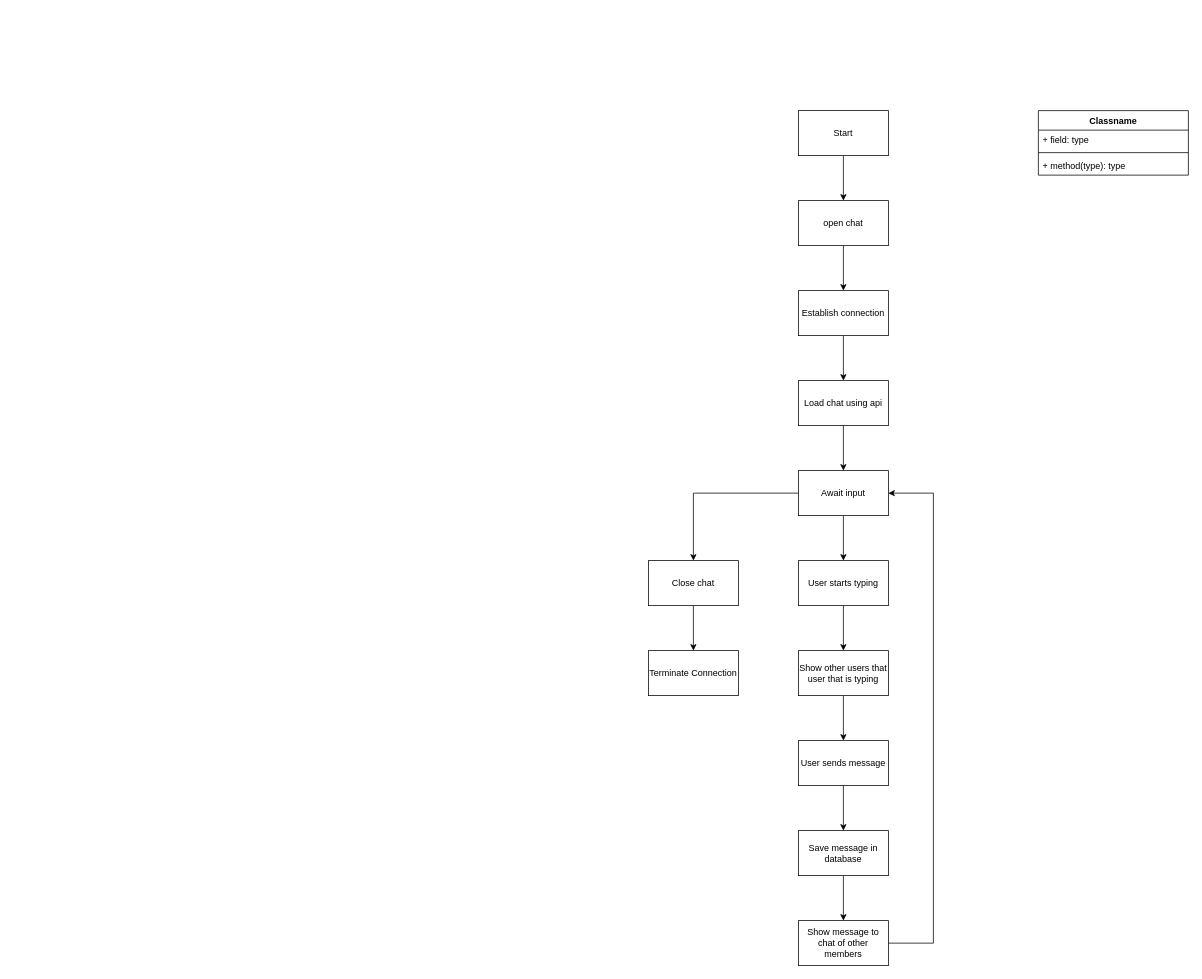
Earlier version of the draw.io diagram internship_s8/Usecase diagram.drawio (Gryfin123/diagrams_with_no_context). Source tidied: cells renumbered, new cells numbered last; positions are measured from the earlier drawing's top-left corner, leaving out a move shared by most shapes. Both pictures are drawn from the tidied source at 75%, with x=0, y=0 at pixel (648, 110).
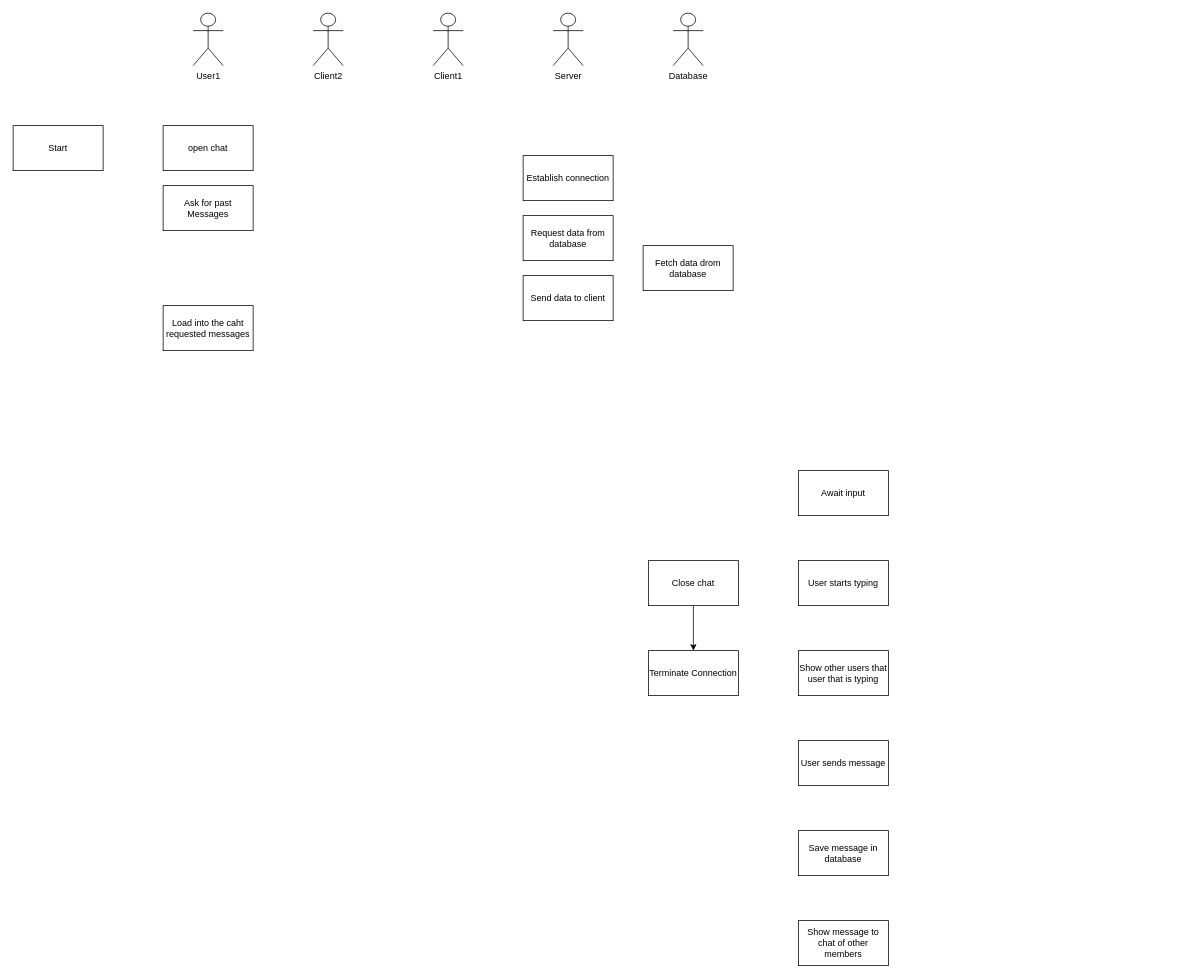
Above is the later version.

Commit message (it also covers changes not shown here):
internship_s8/Usecase diagram.drawio bijwerken

Unchanged cells that the change refers to:
```xml
<mxCell id="12" value="Await input" style="rounded=0;whiteSpace=wrap;html=1;" parent="1" vertex="1">
  <mxGeometry x="200" y="480" width="120" height="60" as="geometry" />
</mxCell>
<mxCell id="14" value="User starts typing" style="rounded=0;whiteSpace=wrap;html=1;" parent="1" vertex="1">
  <mxGeometry x="200" y="600" width="120" height="60" as="geometry" />
</mxCell>
<mxCell id="16" value="User sends message" style="rounded=0;whiteSpace=wrap;html=1;" parent="1" vertex="1">
  <mxGeometry x="200" y="840" width="120" height="60" as="geometry" />
</mxCell>
<mxCell id="18" value="Show message to chat of other members" style="rounded=0;whiteSpace=wrap;html=1;" parent="1" vertex="1">
  <mxGeometry x="200" y="1080" width="120" height="60" as="geometry" />
</mxCell>
<mxCell id="20" value="Show other users that user that is typing" style="rounded=0;whiteSpace=wrap;html=1;" parent="1" vertex="1">
  <mxGeometry x="200" y="720" width="120" height="60" as="geometry" />
</mxCell>
<mxCell id="22" value="Save message in database" style="rounded=0;whiteSpace=wrap;html=1;" parent="1" vertex="1">
  <mxGeometry x="200" y="960" width="120" height="60" as="geometry" />
</mxCell>
<mxCell id="24" value="Close chat" style="rounded=0;whiteSpace=wrap;html=1;" parent="1" vertex="1">
  <mxGeometry y="600" width="120" height="60" as="geometry" />
</mxCell>
```

The edit, as a diff of the source:
```diff
@@
-    <mxCell id="2" style="edgeStyle=orthogonalEdgeStyle;rounded=0;jettySize=auto;html=1;" parent="1" edge="1" source="3" target="5">
-      <mxGeometry relative="1" as="geometry" />
-    </mxCell>
     <mxCell id="3" value="Start" style="rounded=0;whiteSpace=wrap;html=1;" parent="1" vertex="1">
-      <mxGeometry x="200" width="120" height="60" as="geometry" />
+      <mxGeometry x="-847" y="20" width="120" height="60" as="geometry" />
     </mxCell>
-    <mxCell id="4" style="edgeStyle=orthogonalEdgeStyle;rounded=0;jettySize=auto;html=1;" parent="1" edge="1" source="5" target="9">
-      <mxGeometry relative="1" as="geometry" />
-    </mxCell>
     <mxCell id="5" value="open chat" style="rounded=0;whiteSpace=wrap;html=1;" parent="1" vertex="1">
-      <mxGeometry x="200" y="120" width="120" height="60" as="geometry" />
+      <mxGeometry x="-647" y="20" width="120" height="60" as="geometry" />
     </mxCell>
-    <mxCell id="6" style="edgeStyle=orthogonalEdgeStyle;rounded=0;jettySize=auto;html=1;" parent="1" edge="1" source="7" target="12">
-      <mxGeometry relative="1" as="geometry" />
-    </mxCell>
-    <mxCell id="7" value="Load chat using api" style="rounded=0;whiteSpace=wrap;html=1;" parent="1" vertex="1">
-      <mxGeometry x="200" y="360" width="120" height="60" as="geometry" />
+    <mxCell id="7" value="Fetch data drom database" style="rounded=0;whiteSpace=wrap;html=1;" parent="1" vertex="1">
+      <mxGeometry x="-7" y="180" width="120" height="60" as="geometry" />
     </mxCell>
-    <mxCell id="8" style="edgeStyle=orthogonalEdgeStyle;rounded=0;jettySize=auto;html=1;" parent="1" edge="1" source="9" target="7">
-      <mxGeometry relative="1" as="geometry" />
-    </mxCell>
     <mxCell id="9" value="Establish connection" style="rounded=0;whiteSpace=wrap;html=1;" parent="1" vertex="1">
-      <mxGeometry x="200" y="240" width="120" height="60" as="geometry" />
+      <mxGeometry x="-167" y="60" width="120" height="60" as="geometry" />
     </mxCell>
-    <mxCell id="10" style="edgeStyle=orthogonalEdgeStyle;rounded=0;jettySize=auto;html=1;" parent="1" edge="1" source="12" target="14">
-      <mxGeometry relative="1" as="geometry" />
-    </mxCell>
-    <mxCell id="11" style="edgeStyle=orthogonalEdgeStyle;rounded=0;jettySize=auto;html=1;" parent="1" edge="1" source="12" target="24">
-      <mxGeometry relative="1" as="geometry" />
-    </mxCell>
@@
-    <mxCell id="13" style="edgeStyle=orthogonalEdgeStyle;rounded=0;jettySize=auto;html=1;" parent="1" edge="1" source="14" target="20">
-      <mxGeometry relative="1" as="geometry" />
-    </mxCell>
@@
-    <mxCell id="15" style="edgeStyle=orthogonalEdgeStyle;rounded=0;jettySize=auto;html=1;" parent="1" edge="1" source="16" target="22">
-      <mxGeometry relative="1" as="geometry" />
-    </mxCell>
@@
-    <mxCell id="17" style="edgeStyle=orthogonalEdgeStyle;rounded=0;jettySize=auto;html=1;" parent="1" edge="1" source="18" target="12">
-      <mxGeometry relative="1" as="geometry">
-        <Array as="points">
-          <mxPoint x="380" y="1110" />
-          <mxPoint x="380" y="510" />
-        </Array>
-      </mxGeometry>
-    </mxCell>
@@
-    <mxCell id="19" style="edgeStyle=orthogonalEdgeStyle;rounded=0;jettySize=auto;html=1;" parent="1" edge="1" source="20" target="16">
-      <mxGeometry relative="1" as="geometry" />
-    </mxCell>
@@
-    <mxCell id="21" style="edgeStyle=orthogonalEdgeStyle;rounded=0;jettySize=auto;html=1;" parent="1" edge="1" source="22" target="18">
-      <mxGeometry relative="1" as="geometry" />
-    </mxCell>
@@
-    <mxCell id="26" value="Classname" style="swimlane;fontStyle=1;align=center;verticalAlign=top;horizontal=1;startSize=26;whiteSpace=wrap;html=1;" parent="1" vertex="1">
-      <mxGeometry x="520" width="200" height="86" as="geometry" />
-    </mxCell>
-    <mxCell id="27" value="+ field: type" style="text;strokeColor=none;fillColor=none;align=left;verticalAlign=top;spacingLeft=4;spacingRight=4;overflow=hidden;whiteSpace=wrap;html=1;" parent="26" vertex="1">
-      <mxGeometry y="26" width="200" height="26" as="geometry" />
-    </mxCell>
-    <mxCell id="28" style="line;strokeWidth=1;fillColor=none;align=left;verticalAlign=middle;spacingTop=-1;spacingLeft=3;spacingRight=3;labelPosition=right;strokeColor=inherit;" parent="26" vertex="1">
-      <mxGeometry y="52" width="200" height="8" as="geometry" />
-    </mxCell>
-    <mxCell id="29" value="+ method(type): type" style="text;strokeColor=none;fillColor=none;align=left;verticalAlign=top;spacingLeft=4;spacingRight=4;overflow=hidden;whiteSpace=wrap;html=1;" parent="26" vertex="1">
-      <mxGeometry y="60" width="200" height="26" as="geometry" />
-    </mxCell>
+    <mxCell id="30" value="Client1" style="shape=umlActor;verticalLabelPosition=bottom;verticalAlign=top;html=1;" parent="1" vertex="1">
+      <mxGeometry x="-287" y="-130" width="40" height="70" as="geometry" />
+    </mxCell>
+    <mxCell id="31" value="Server" style="shape=umlActor;verticalLabelPosition=bottom;verticalAlign=top;html=1;" parent="1" vertex="1">
+      <mxGeometry x="-127" y="-130" width="40" height="70" as="geometry" />
+    </mxCell>
+    <mxCell id="32" value="Database" style="shape=umlActor;verticalLabelPosition=bottom;verticalAlign=top;html=1;" parent="1" vertex="1">
+      <mxGeometry x="33" y="-130" width="40" height="70" as="geometry" />
+    </mxCell>
+    <mxCell id="33" value="User1" style="shape=umlActor;verticalLabelPosition=bottom;verticalAlign=top;html=1;" parent="1" vertex="1">
+      <mxGeometry x="-607" y="-130" width="40" height="70" as="geometry" />
+    </mxCell>
+    <mxCell id="34" value="Client2" style="shape=umlActor;verticalLabelPosition=bottom;verticalAlign=top;html=1;" parent="1" vertex="1">
+      <mxGeometry x="-447" y="-130" width="40" height="70" as="geometry" />
+    </mxCell>
+    <mxCell id="35" value="Ask for past Messages" style="rounded=0;whiteSpace=wrap;html=1;" parent="1" vertex="1">
+      <mxGeometry x="-647" y="100" width="120" height="60" as="geometry" />
+    </mxCell>
+    <mxCell id="36" value="Request data from database" style="rounded=0;whiteSpace=wrap;html=1;" parent="1" vertex="1">
+      <mxGeometry x="-167" y="140" width="120" height="60" as="geometry" />
+    </mxCell>
+    <mxCell id="37" value="Send data to client" style="rounded=0;whiteSpace=wrap;html=1;" parent="1" vertex="1">
+      <mxGeometry x="-167" y="220" width="120" height="60" as="geometry" />
+    </mxCell>
+    <mxCell id="38" value="Load into the caht requested messages" style="rounded=0;whiteSpace=wrap;html=1;" parent="1" vertex="1">
+      <mxGeometry x="-647" y="260" width="120" height="60" as="geometry" />
+    </mxCell>
```
